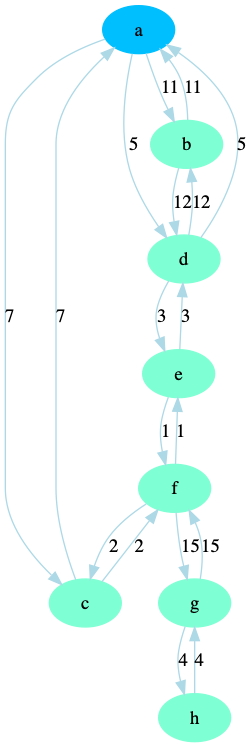
Earlier version of the Graphviz export run/output/graph001.gv.png (CarlosMatheus/Distributed-Minimum-Spanning-Tree). Its source is kept beside it as run/output/graph001.gv. The source it was exported from:
```dot
digraph "output/graph001" {
	a [color=deepskyblue1 style=filled]
	b [color=aquamarine style=filled]
	c [color=aquamarine style=filled]
	d [color=aquamarine style=filled]
	e [color=aquamarine style=filled]
	f [color=aquamarine style=filled]
	g [color=aquamarine style=filled]
	h [color=aquamarine style=filled]
	a -> b [label=11 color=lightblue]
	b -> a [label=11 color=lightblue]
	a -> c [label=7 color=lightblue]
	c -> a [label=7 color=lightblue]
	a -> d [label=5 color=lightblue]
	d -> a [label=5 color=lightblue]
	b -> d [label=12 color=lightblue]
	d -> b [label=12 color=lightblue]
	d -> e [label=3 color=lightblue]
	e -> d [label=3 color=lightblue]
	e -> f [label=1 color=lightblue]
	f -> e [label=1 color=lightblue]
	c -> f [label=2 color=lightblue]
	f -> c [label=2 color=lightblue]
	f -> g [label=15 color=lightblue]
	g -> f [label=15 color=lightblue]
	g -> h [label=4 color=lightblue]
	h -> g [label=4 color=lightblue]
}
```
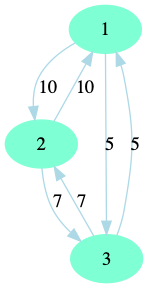
The same diagram one commit later.

Diff of the diagram source:
```diff
@@ -1,28 +1,11 @@
 digraph "output/graph001" {
-	a [color=deepskyblue1 style=filled]
-	b [color=aquamarine style=filled]
-	c [color=aquamarine style=filled]
-	d [color=aquamarine style=filled]
-	e [color=aquamarine style=filled]
-	f [color=aquamarine style=filled]
-	g [color=aquamarine style=filled]
-	h [color=aquamarine style=filled]
-	a -> b [label=11 color=lightblue]
-	b -> a [label=11 color=lightblue]
-	a -> c [label=7 color=lightblue]
-	c -> a [label=7 color=lightblue]
-	a -> d [label=5 color=lightblue]
-	d -> a [label=5 color=lightblue]
-	b -> d [label=12 color=lightblue]
-	d -> b [label=12 color=lightblue]
-	d -> e [label=3 color=lightblue]
-	e -> d [label=3 color=lightblue]
-	e -> f [label=1 color=lightblue]
-	f -> e [label=1 color=lightblue]
-	c -> f [label=2 color=lightblue]
-	f -> c [label=2 color=lightblue]
-	f -> g [label=15 color=lightblue]
-	g -> f [label=15 color=lightblue]
-	g -> h [label=4 color=lightblue]
-	h -> g [label=4 color=lightblue]
+	1 [color=aquamarine style=filled]
+	2 [color=aquamarine style=filled]
+	3 [color=aquamarine style=filled]
+	1 -> 2 [label=10 color=lightblue]
+	2 -> 1 [label=10 color=lightblue]
+	2 -> 3 [label=7 color=lightblue]
+	3 -> 2 [label=7 color=lightblue]
+	1 -> 3 [label=5 color=lightblue]
+	3 -> 1 [label=5 color=lightblue]
 }
```
